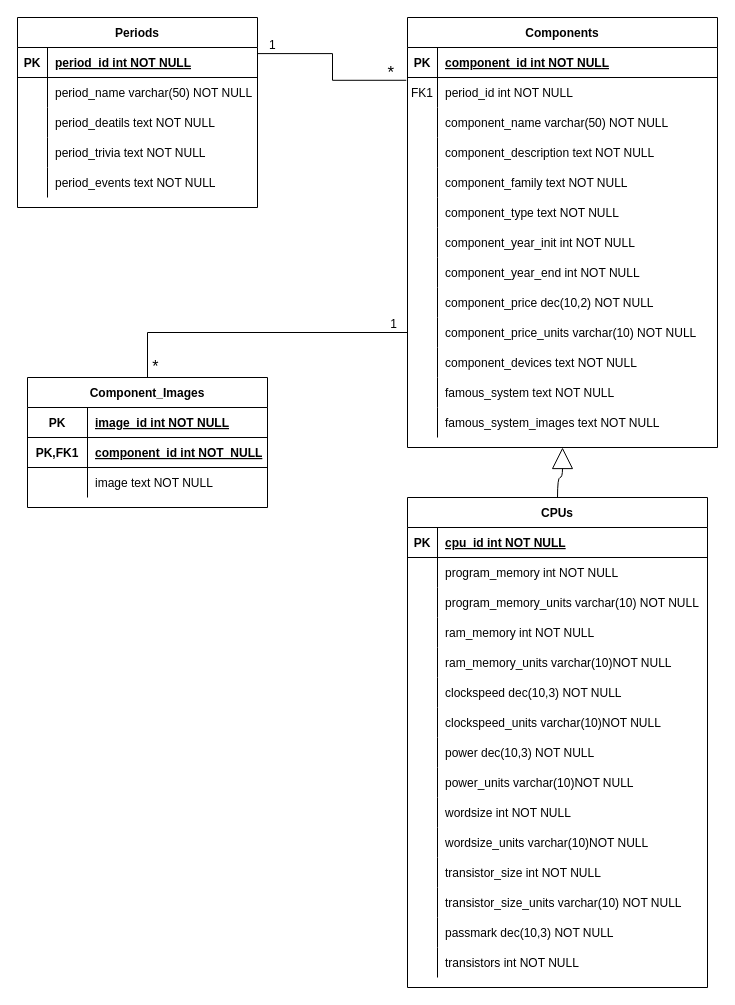
This is documentacion/figures/database_e-r.drawio from isafdezpe/museo-eii, a draw.io file, before an edit. Source tidied: cells renumbered, new cells numbered last; positions are measured from the earlier drawing's top-left corner, leaving out a move shared by most shapes. Both pictures are drawn from the tidied source at 100%, with x=0, y=0 at pixel (17, 17).
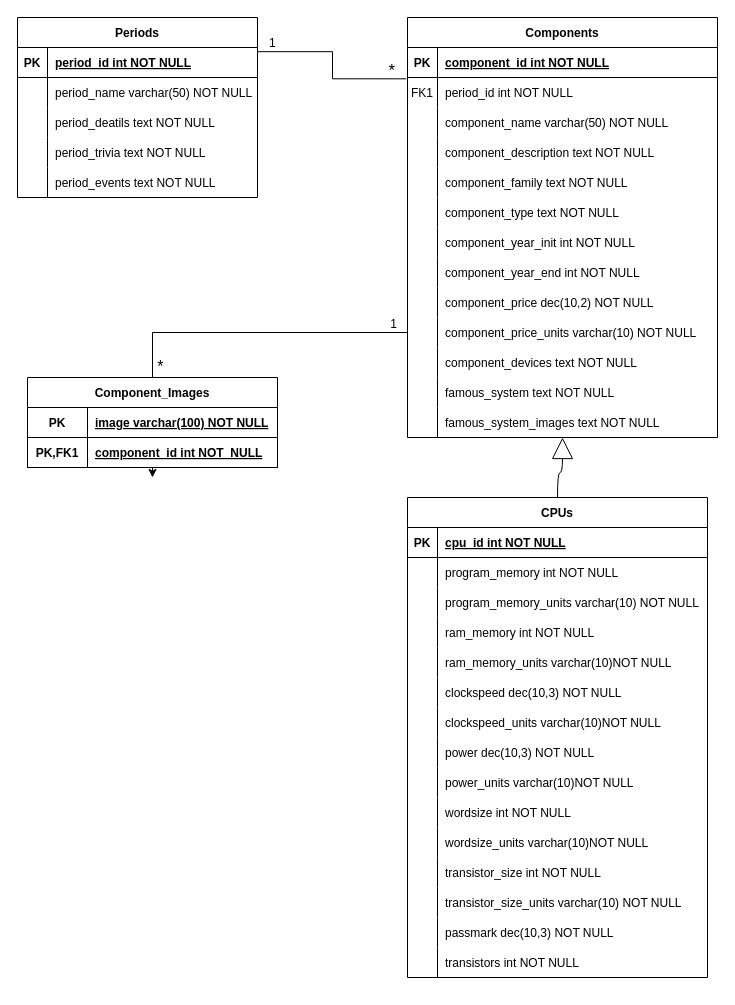
The same page after the edit.

What changed in the source:
```diff
@@
     <mxCell id="2" value="Components" style="shape=table;startSize=30;childLayout=tableLayout;rowLines=0;fontStyle=1;align=center;" parent="1" vertex="1">
-      <mxGeometry x="390" width="310" height="430" as="geometry" />
+      <mxGeometry x="390" width="310" height="420" as="geometry" />
     </mxCell>
@@
     <mxCell id="43" value="CPUs" style="shape=table;startSize=30;childLayout=tableLayout;rowLines=0;fontStyle=1;align=center;" parent="1" vertex="1">
-      <mxGeometry x="390" y="480" width="300" height="490" as="geometry" />
+      <mxGeometry x="390" y="480" width="300" height="480" as="geometry" />
     </mxCell>
@@
     <mxCell id="89" value="Periods" style="shape=table;startSize=30;childLayout=tableLayout;rowLines=0;fontStyle=1;align=center;" parent="1" vertex="1">
-      <mxGeometry width="240" height="190" as="geometry" />
+      <mxGeometry width="240" height="180" as="geometry" />
     </mxCell>
@@
     <mxCell id="108" value="Component_Images" style="shape=table;startSize=30;childLayout=tableLayout;rowLines=0;fontStyle=1;align=center;" parent="1" vertex="1">
-      <mxGeometry x="10" y="360" width="240" height="130" as="geometry" />
+      <mxGeometry x="10" y="360" width="250" height="90" as="geometry" />
     </mxCell>
     <mxCell id="109" style="shape=partialRectangle;fillColor=none;top=0;left=0;bottom=1;right=0;" parent="108" vertex="1">
-      <mxGeometry y="30" width="240" height="30" as="geometry" />
+      <mxGeometry y="30" width="250" height="30" as="geometry" />
     </mxCell>
@@
-    <mxCell id="111" value="image_id int NOT NULL" style="shape=partialRectangle;fillColor=none;top=0;left=0;bottom=0;right=0;align=left;spacingLeft=6;fontStyle=5;overflow=hidden;" parent="109" vertex="1">
-      <mxGeometry x="60" width="180" height="30" as="geometry" />
+    <mxCell id="111" value="image varchar(100) NOT NULL" style="shape=partialRectangle;fillColor=none;top=0;left=0;bottom=0;right=0;align=left;spacingLeft=6;fontStyle=5;overflow=hidden;" parent="109" vertex="1">
+      <mxGeometry x="60" width="190" height="30" as="geometry" />
     </mxCell>
     <mxCell id="112" style="shape=partialRectangle;fillColor=none;top=0;left=0;bottom=1;right=0;points=[[0,0.5],[1,0.5]];portConstraint=eastwest;" parent="108" vertex="1">
-      <mxGeometry y="60" width="240" height="30" as="geometry" />
+      <mxGeometry y="60" width="250" height="30" as="geometry" />
     </mxCell>
@@
     <mxCell id="114" value="component_id int NOT  NULL" style="shape=partialRectangle;fillColor=none;top=0;left=0;bottom=0;right=0;align=left;spacingLeft=6;fontStyle=5;overflow=hidden;" parent="112" vertex="1">
-      <mxGeometry x="60" width="180" height="30" as="geometry" />
+      <mxGeometry x="60" width="190" height="30" as="geometry" />
     </mxCell>
-    <mxCell id="115" style="shape=partialRectangle;fillColor=none;top=0;left=0;bottom=0;right=0;" parent="108" vertex="1">
-      <mxGeometry y="90" width="240" height="30" as="geometry" />
-    </mxCell>
-    <mxCell id="116" style="shape=partialRectangle;fillColor=none;top=0;left=0;bottom=0;right=0;overflow=hidden;" parent="115" vertex="1">
-      <mxGeometry width="60" height="30" as="geometry" />
-    </mxCell>
-    <mxCell id="117" value="image text NOT NULL" style="shape=partialRectangle;fillColor=none;top=0;left=0;bottom=0;right=0;align=left;spacingLeft=6;overflow=hidden;" parent="115" vertex="1">
-      <mxGeometry x="60" width="180" height="30" as="geometry" />
-    </mxCell>
+    <mxCell id="121" style="edgeStyle=orthogonalEdgeStyle;rounded=0;jettySize=auto;html=1;exitX=0.5;exitY=1;exitDx=0;exitDy=0;entryX=0.5;entryY=1.333;entryDx=0;entryDy=0;entryPerimeter=0;" parent="108" edge="1" source="108" target="112">
+      <mxGeometry relative="1" as="geometry" />
+    </mxCell>
```
